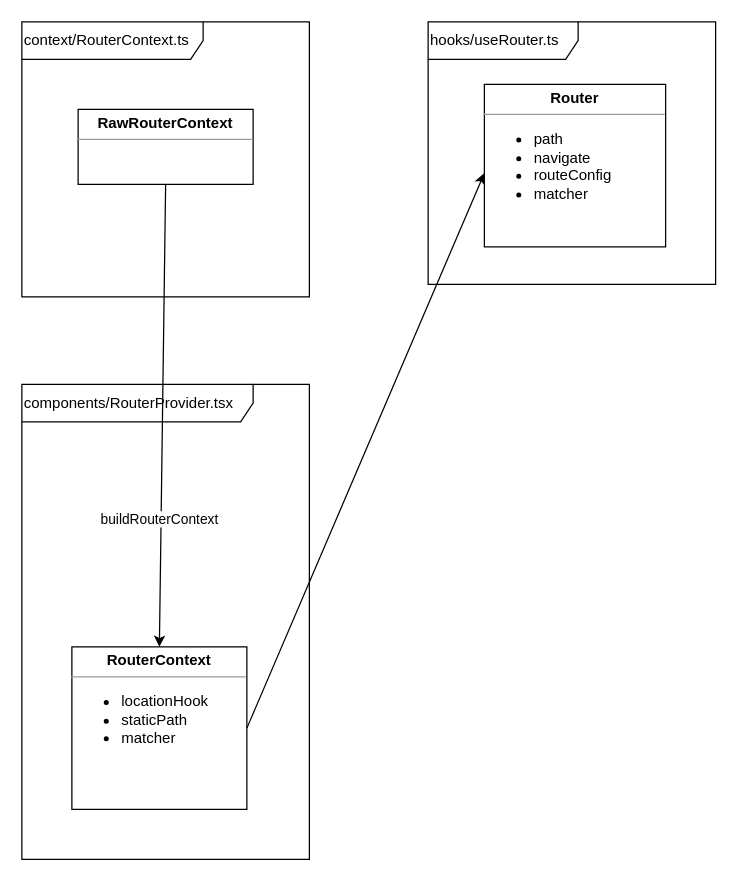
This is packages/router/docs/router.drawio from vavra7/react-ssr, a draw.io file, before an edit. Source tidied: cells renumbered, new cells numbered last; positions are measured from the earlier drawing's top-left corner, leaving out a move shared by most shapes. Both pictures are drawn from the tidied source at 125%, with x=0, y=0 at pixel (21, 21).
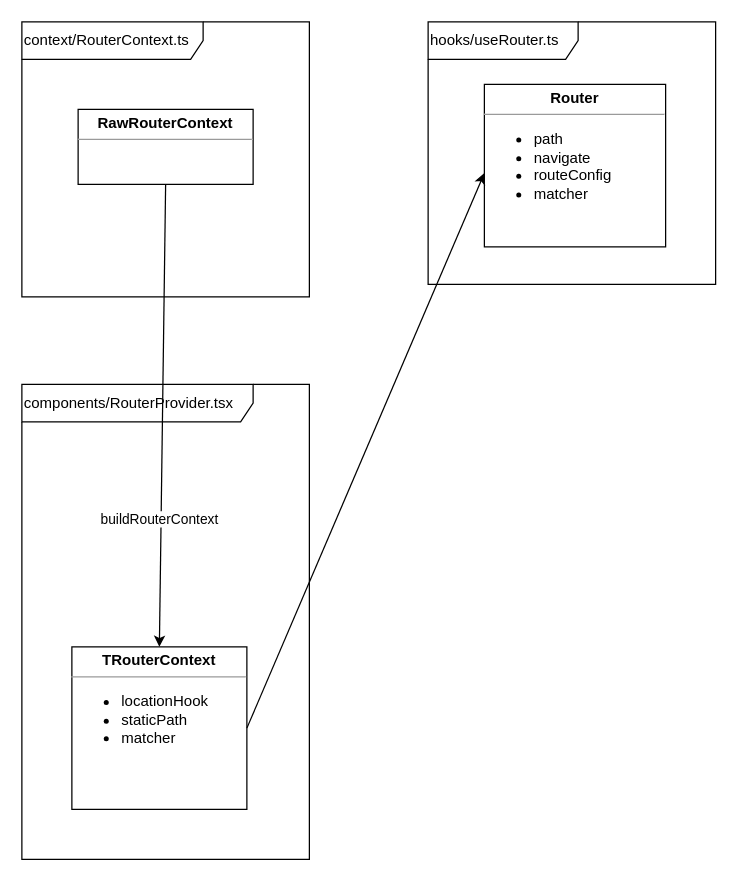
After the change.

Diff of the diagram source:
```diff
@@
 <mxGraphModel>
   <root>
     <mxCell id="0" />
     <mxCell id="1" parent="0" />
     <mxCell id="2" value="context/RouterContext.ts" style="shape=umlFrame;whiteSpace=wrap;html=1;labelBackgroundColor=none;align=left;width=145;height=30;" parent="1" vertex="1">
       <mxGeometry width="230" height="220" as="geometry" />
     </mxCell>
     <mxCell id="3" value="components/RouterProvider.tsx" style="shape=umlFrame;whiteSpace=wrap;html=1;labelBackgroundColor=none;align=left;width=185;height=30;" parent="1" vertex="1">
       <mxGeometry y="290" width="230" height="380" as="geometry" />
     </mxCell>
     <mxCell id="4" value="&lt;p style=&quot;margin: 0px ; margin-top: 4px ; text-align: center&quot;&gt;&lt;b&gt;RawRouterContext&lt;/b&gt;&lt;/p&gt;&lt;hr size=&quot;1&quot;&gt;&lt;div style=&quot;height: 2px&quot;&gt;&lt;br&gt;&lt;/div&gt;" style="verticalAlign=top;align=left;overflow=fill;fontSize=12;fontFamily=Helvetica;html=1;spacing=11;labelBorderColor=none;labelBackgroundColor=none;spacingLeft=144;" parent="1" vertex="1">
       <mxGeometry x="45" y="70" width="140" height="60" as="geometry" />
     </mxCell>
-    <mxCell id="5" value="&lt;p style=&quot;margin: 0px ; margin-top: 4px ; text-align: center&quot;&gt;&lt;b&gt;RouterContext&lt;/b&gt;&lt;/p&gt;&lt;hr size=&quot;1&quot;&gt;&lt;div style=&quot;height: 2px&quot;&gt;&lt;ul&gt;&lt;li&gt;locationHook&lt;/li&gt;&lt;li&gt;staticPath&lt;/li&gt;&lt;li&gt;matcher&lt;/li&gt;&lt;/ul&gt;&lt;/div&gt;" style="verticalAlign=top;align=left;overflow=fill;fontSize=12;fontFamily=Helvetica;html=1;spacing=11;labelBorderColor=none;labelBackgroundColor=none;spacingLeft=144;" parent="1" vertex="1">
+    <mxCell id="5" value="&lt;p style=&quot;margin: 0px ; margin-top: 4px ; text-align: center&quot;&gt;&lt;b&gt;TRouterContext&lt;/b&gt;&lt;/p&gt;&lt;hr size=&quot;1&quot;&gt;&lt;div style=&quot;height: 2px&quot;&gt;&lt;ul&gt;&lt;li&gt;locationHook&lt;/li&gt;&lt;li&gt;staticPath&lt;/li&gt;&lt;li&gt;matcher&lt;/li&gt;&lt;/ul&gt;&lt;/div&gt;" style="verticalAlign=top;align=left;overflow=fill;fontSize=12;fontFamily=Helvetica;html=1;spacing=11;labelBorderColor=none;labelBackgroundColor=none;spacingLeft=144;" parent="1" vertex="1">
       <mxGeometry x="40" y="500" width="140" height="130" as="geometry" />
     </mxCell>
     <mxCell id="6" value="buildRouterContext" style="endArrow=classic;html=1;exitX=0.5;exitY=1;exitDx=0;exitDy=0;entryX=0.5;entryY=0;entryDx=0;entryDy=0;" parent="1" edge="1" source="4" target="5">
       <mxGeometry x="0.45" y="-1" relative="1" as="geometry" />
     </mxCell>
     <mxCell id="7" value="hooks/useRouter.ts" style="shape=umlFrame;whiteSpace=wrap;html=1;labelBackgroundColor=none;align=left;width=120;height=30;" parent="1" vertex="1">
       <mxGeometry x="325" width="230" height="210" as="geometry" />
     </mxCell>
     <mxCell id="8" value="&lt;p style=&quot;margin: 0px ; margin-top: 4px ; text-align: center&quot;&gt;&lt;b&gt;Router&lt;/b&gt;&lt;/p&gt;&lt;hr size=&quot;1&quot;&gt;&lt;div style=&quot;height: 2px&quot;&gt;&lt;ul&gt;&lt;li&gt;path&lt;/li&gt;&lt;li&gt;navigate&lt;/li&gt;&lt;li&gt;routeConfig&lt;/li&gt;&lt;li&gt;matcher&lt;/li&gt;&lt;/ul&gt;&lt;/div&gt;" style="verticalAlign=top;align=left;overflow=fill;fontSize=12;fontFamily=Helvetica;html=1;spacing=11;labelBorderColor=none;labelBackgroundColor=none;spacingLeft=144;" parent="1" vertex="1">
       <mxGeometry x="370" y="50" width="145" height="130" as="geometry" />
     </mxCell>
     <mxCell id="9" style="endArrow=classic;html=1;exitX=1;exitY=0.5;exitDx=0;exitDy=0;entryX=0;entryY=0.546;entryDx=0;entryDy=0;entryPerimeter=0;" parent="1" edge="1" source="5" target="8">
       <mxGeometry relative="1" as="geometry" />
     </mxCell>
   </root>
 </mxGraphModel>
```
